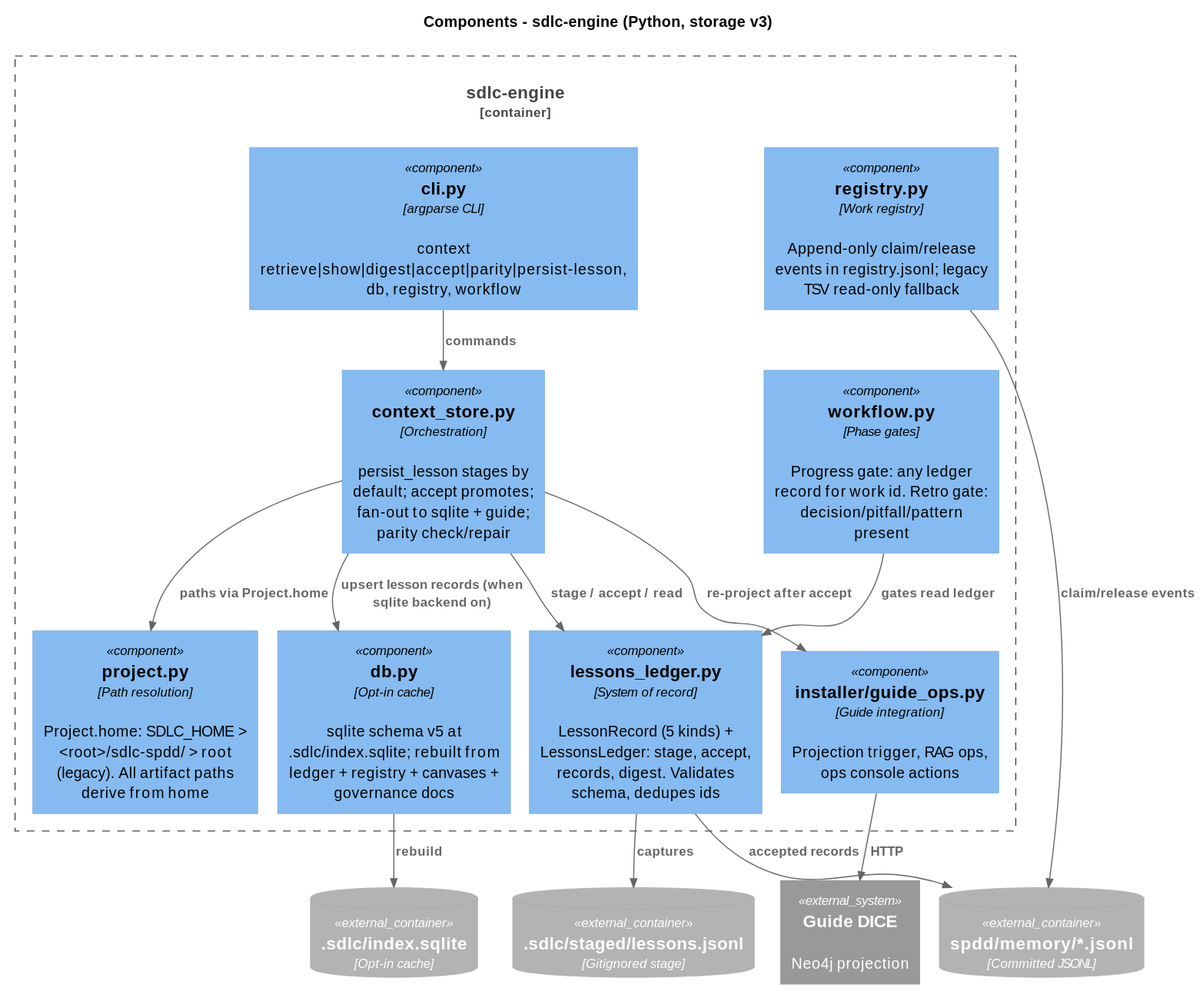
Above: docs/diagrams/03-component-engine.svg in jmjava/sdlc-spdd-orchestrator (PlantUML), before the change.
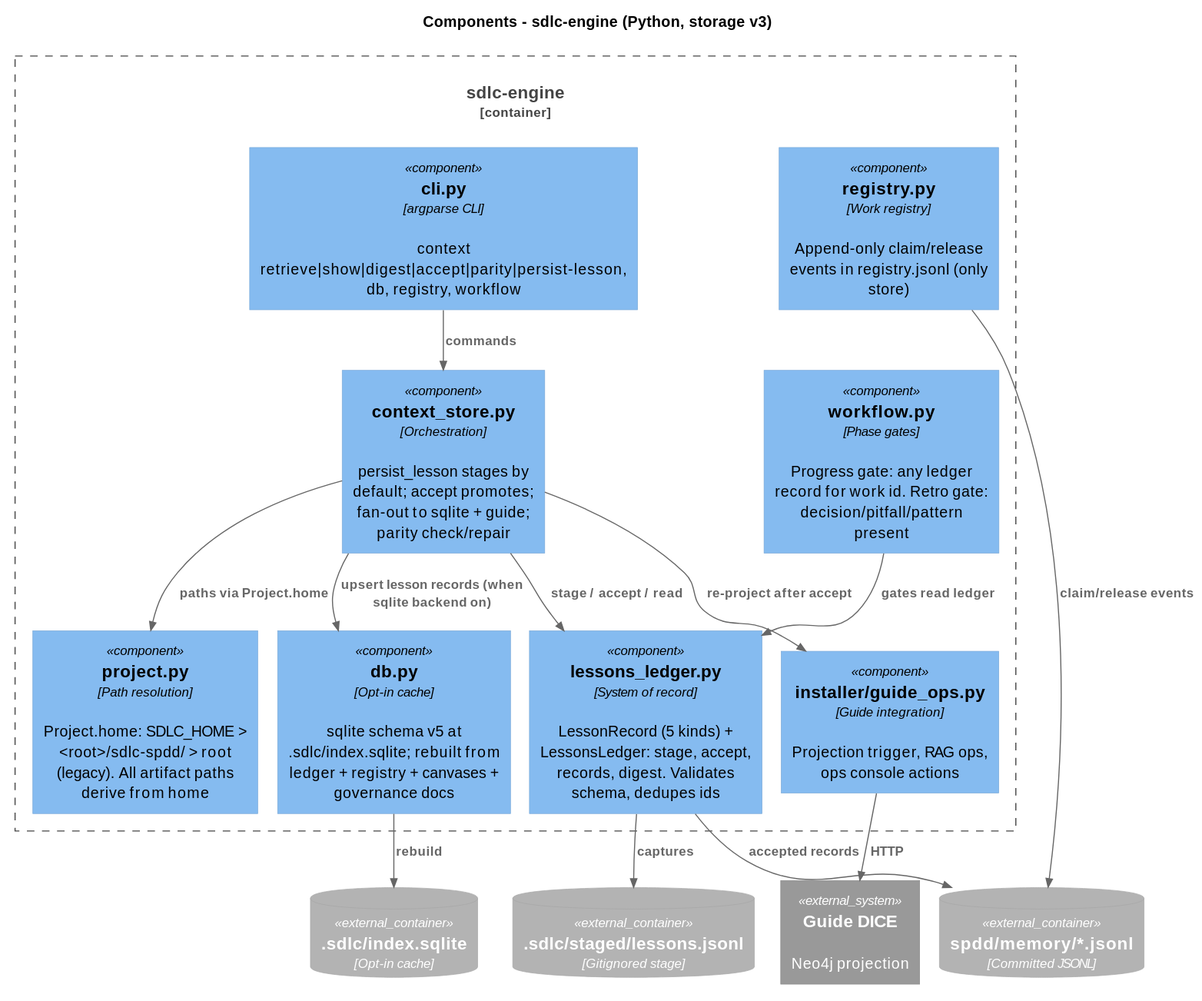
The same file after the commit.

Commit message:
REF-002 T04: registry reads registry.jsonl only.

Change to the diagram source:
```diff
@@ -8,7 +8,7 @@
     Component(project, "project.py", "Path resolution", "Project.home: SDLC_HOME > <root>/sdlc-spdd/ > root (legacy). All artifact paths derive from home")
     Component(ledgermod, "lessons_ledger.py", "System of record", "LessonRecord (5 kinds) + LessonsLedger: stage, accept, records, digest. Validates schema, dedupes ids")
     Component(store, "context_store.py", "Orchestration", "persist_lesson stages by default; accept promotes; fan-out to sqlite + guide; parity check/repair")
-    Component(registry, "registry.py", "Work registry", "Append-only claim/release events in registry.jsonl; legacy TSV read-only fallback")
+    Component(registry, "registry.py", "Work registry", "Append-only claim/release events in registry.jsonl (only store)")
     Component(db, "db.py", "Opt-in cache", "sqlite schema v5 at .sdlc/index.sqlite; rebuilt from ledger + registry + canvases + governance docs")
     Component(workflow, "workflow.py", "Phase gates", "Progress gate: any ledger record for work id. Retro gate: decision/pitfall/pattern present")
     Component(guideops, "installer/guide_ops.py", "Guide integration", "Projection trigger, RAG ops, ops console actions")
```
